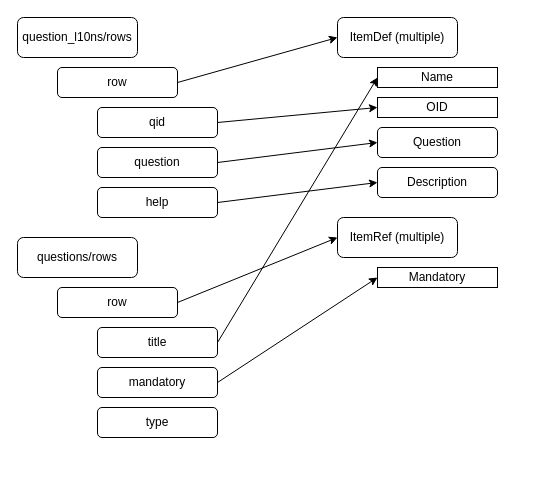
Delzye/bachelors_thesis_anton_mende keeps this draw.io diagram as img/drawio/m_questions.drawio. Above is the earlier version. Source tidied: cells renumbered, new cells numbered last; positions are measured from the earlier drawing's top-left corner, leaving out a move shared by most shapes. Both pictures are drawn from the tidied source at 100%, with x=0, y=0 at pixel (17, 17).
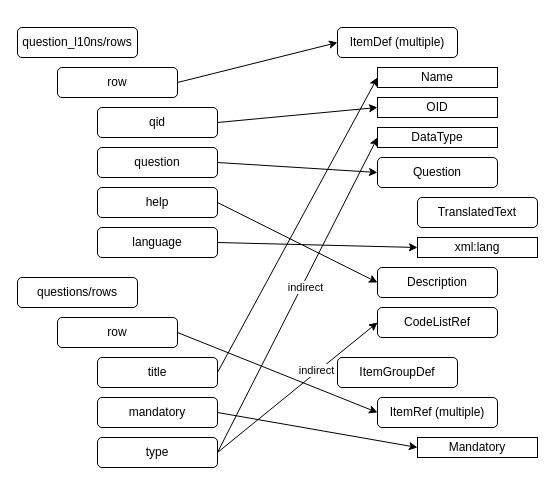
Above is the later version.

Diff of the diagram source:
```diff
@@
     <mxCell id="2" value="ItemDef (multiple)" style="rounded=1;whiteSpace=wrap;html=1;" parent="1" vertex="1">
-      <mxGeometry x="320" width="120" height="40" as="geometry" />
+      <mxGeometry x="320" y="10" width="120" height="30" as="geometry" />
     </mxCell>
     <mxCell id="3" value="question_l10ns/rows" style="rounded=1;whiteSpace=wrap;html=1;" parent="1" vertex="1">
-      <mxGeometry width="120" height="40" as="geometry" />
+      <mxGeometry y="10" width="120" height="30" as="geometry" />
     </mxCell>
@@
     <mxCell id="7" value="Question" style="rounded=1;whiteSpace=wrap;html=1;" parent="1" vertex="1">
-      <mxGeometry x="360" y="110" width="120" height="30" as="geometry" />
+      <mxGeometry x="360" y="140" width="120" height="30" as="geometry" />
     </mxCell>
@@
     <mxCell id="14" value="Description" style="rounded=1;whiteSpace=wrap;html=1;" parent="1" vertex="1">
-      <mxGeometry x="360" y="150" width="120" height="30" as="geometry" />
+      <mxGeometry x="360" y="250" width="120" height="30" as="geometry" />
     </mxCell>
     <mxCell id="15" value="questions/rows" style="rounded=1;whiteSpace=wrap;html=1;" parent="1" vertex="1">
-      <mxGeometry y="220" width="120" height="40" as="geometry" />
+      <mxGeometry y="260" width="120" height="30" as="geometry" />
     </mxCell>
@@
     <mxCell id="17" value="row" style="rounded=1;whiteSpace=wrap;html=1;" parent="1" vertex="1">
-      <mxGeometry x="40" y="270" width="120" height="30" as="geometry" />
+      <mxGeometry x="40" y="300" width="120" height="30" as="geometry" />
     </mxCell>
@@
     <mxCell id="19" value="mandatory" style="rounded=1;whiteSpace=wrap;html=1;" parent="1" vertex="1">
-      <mxGeometry x="80" y="350" width="120" height="30" as="geometry" />
+      <mxGeometry x="80" y="380" width="120" height="30" as="geometry" />
     </mxCell>
@@
     <mxCell id="22" value="ItemRef (multiple)" style="rounded=1;whiteSpace=wrap;html=1;" parent="1" vertex="1">
-      <mxGeometry x="320" y="200" width="120" height="40" as="geometry" />
+      <mxGeometry x="360" y="380" width="120" height="30" as="geometry" />
     </mxCell>
@@
     <mxCell id="24" value="Mandatory" style="rounded=0;whiteSpace=wrap;html=1;" parent="1" vertex="1">
-      <mxGeometry x="360" y="250" width="120" height="20" as="geometry" />
+      <mxGeometry x="400" y="420" width="120" height="20" as="geometry" />
     </mxCell>
@@
     <mxCell id="26" value="title" style="rounded=1;whiteSpace=wrap;html=1;" parent="1" vertex="1">
-      <mxGeometry x="80" y="310" width="120" height="30" as="geometry" />
+      <mxGeometry x="80" y="340" width="120" height="30" as="geometry" />
     </mxCell>
+    <mxCell id="28" style="edgeStyle=none;rounded=0;jettySize=auto;html=1;exitX=1;exitY=0.5;exitDx=0;exitDy=0;entryX=0;entryY=0.5;entryDx=0;entryDy=0;" parent="1" edge="1" source="27" target="37">
+      <mxGeometry relative="1" as="geometry" />
+    </mxCell>
+    <mxCell id="29" value="indirect" style="edgeLabel;html=1;align=center;verticalAlign=middle;" parent="28" vertex="1">
+      <mxGeometry x="0.06" y="-3" relative="1" as="geometry" />
+    </mxCell>
+    <mxCell id="30" style="edgeStyle=none;rounded=0;jettySize=auto;html=1;exitX=1;exitY=0.5;exitDx=0;exitDy=0;entryX=0;entryY=0.5;entryDx=0;entryDy=0;" parent="1" edge="1" source="27" target="38">
+      <mxGeometry relative="1" as="geometry" />
+    </mxCell>
+    <mxCell id="31" value="indirect" style="edgeLabel;html=1;align=center;verticalAlign=middle;" parent="30" vertex="1">
+      <mxGeometry x="0.24" y="2" relative="1" as="geometry" />
+    </mxCell>
     <mxCell id="27" value="type" style="rounded=1;whiteSpace=wrap;html=1;" parent="1" vertex="1">
-      <mxGeometry x="80" y="390" width="120" height="30" as="geometry" />
+      <mxGeometry x="80" y="420" width="120" height="30" as="geometry" />
     </mxCell>
+    <mxCell id="32" value="TranslatedText" style="rounded=1;whiteSpace=wrap;html=1;" parent="1" vertex="1">
+      <mxGeometry x="400" y="180" width="120" height="30" as="geometry" />
+    </mxCell>
+    <mxCell id="33" value="xml:lang" style="whiteSpace=wrap;html=1;" parent="1" vertex="1">
+      <mxGeometry x="400" y="220" width="120" height="20" as="geometry" />
+    </mxCell>
+    <mxCell id="34" style="rounded=0;jettySize=auto;html=1;exitX=1;exitY=0.5;exitDx=0;exitDy=0;entryX=0;entryY=0.5;entryDx=0;entryDy=0;" parent="1" edge="1" source="35" target="33">
+      <mxGeometry relative="1" as="geometry" />
+    </mxCell>
+    <mxCell id="35" value="language" style="rounded=1;whiteSpace=wrap;html=1;" parent="1" vertex="1">
+      <mxGeometry x="80" y="210" width="120" height="30" as="geometry" />
+    </mxCell>
+    <mxCell id="36" value="ItemGroupDef" style="rounded=1;whiteSpace=wrap;html=1;" parent="1" vertex="1">
+      <mxGeometry x="320" y="340" width="120" height="30" as="geometry" />
+    </mxCell>
+    <mxCell id="37" value="DataType" style="whiteSpace=wrap;html=1;" parent="1" vertex="1">
+      <mxGeometry x="360" y="110" width="120" height="20" as="geometry" />
+    </mxCell>
+    <mxCell id="38" value="CodeListRef" style="rounded=1;whiteSpace=wrap;html=1;" parent="1" vertex="1">
+      <mxGeometry x="360" y="290" width="120" height="30" as="geometry" />
+    </mxCell>
```
